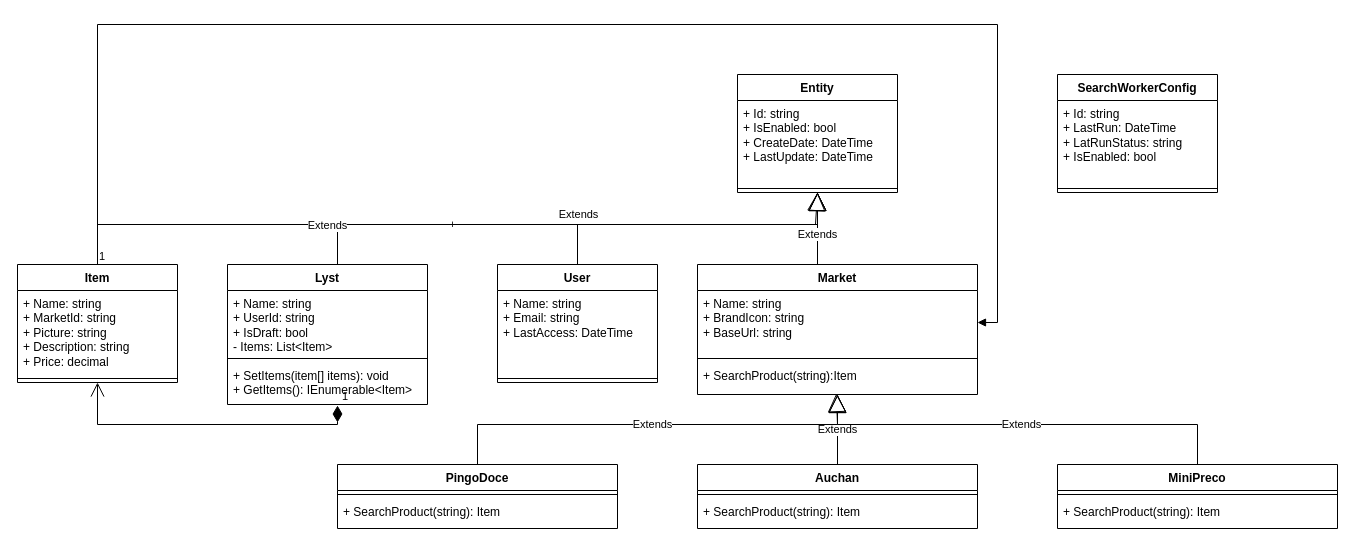
This is resources/diagram-class.drawio from igortavares82/tolist-backend, a draw.io file, before an edit. Source tidied: cells renumbered, new cells numbered last; positions are measured from the earlier drawing's top-left corner, leaving out a move shared by most shapes. Both pictures are drawn from the tidied source at 100%, with x=0, y=0 at pixel (17, 24).
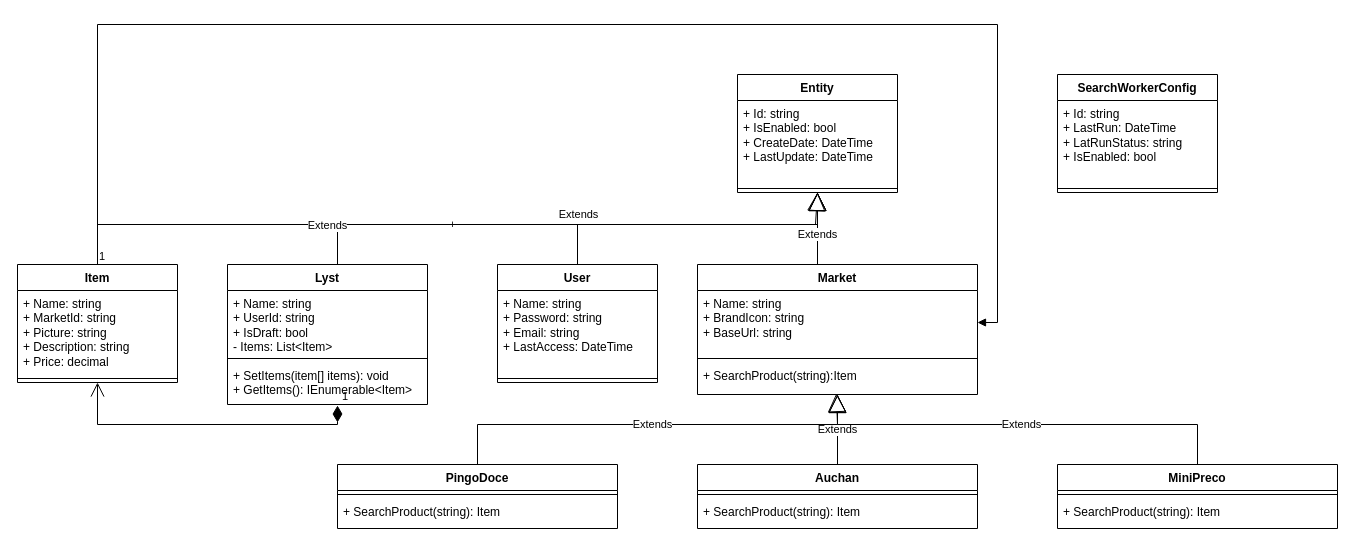
Above is the later version.

The change refers to these unchanged cells:
```xml
<mxCell id="2" value="User" style="swimlane;fontStyle=1;align=center;verticalAlign=top;horizontal=1;startSize=26;whiteSpace=wrap;html=1;" parent="1" vertex="1">
  <mxGeometry x="480" y="240" width="160" height="118" as="geometry" />
</mxCell>
```

Change to the diagram source:
```diff
@@
-    <mxCell id="3" value="+ Name: string&lt;br&gt;+ Email: string&lt;br&gt;+ LastAccess: DateTime" style="text;strokeColor=none;fillColor=none;align=left;verticalAlign=top;spacingLeft=4;spacingRight=4;overflow=hidden;whiteSpace=wrap;html=1;" parent="2" vertex="1">
+    <mxCell id="3" value="+ Name: string&lt;br&gt;+ Password: string&lt;br&gt;+ Email: string&lt;br&gt;+ LastAccess: DateTime" style="text;strokeColor=none;fillColor=none;align=left;verticalAlign=top;spacingLeft=4;spacingRight=4;overflow=hidden;whiteSpace=wrap;html=1;" parent="2" vertex="1">
       <mxGeometry y="26" width="160" height="84" as="geometry" />
     </mxCell>
```
